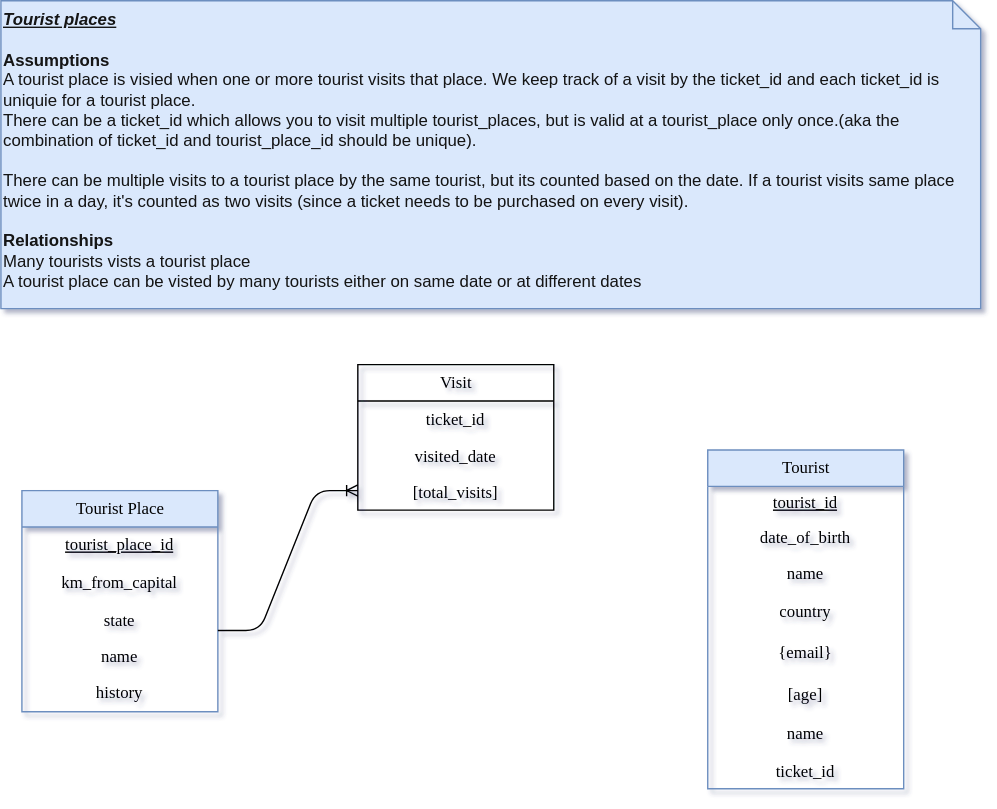
supriya-kotturu/entity-relationship-diagrams keeps this draw.io diagram as Tourism.drawio.svg. Above is the earlier version. Source tidied: cells renumbered, new cells last; positions are measured from the earlier drawing's top-left corner, leaving out a move shared by most shapes.
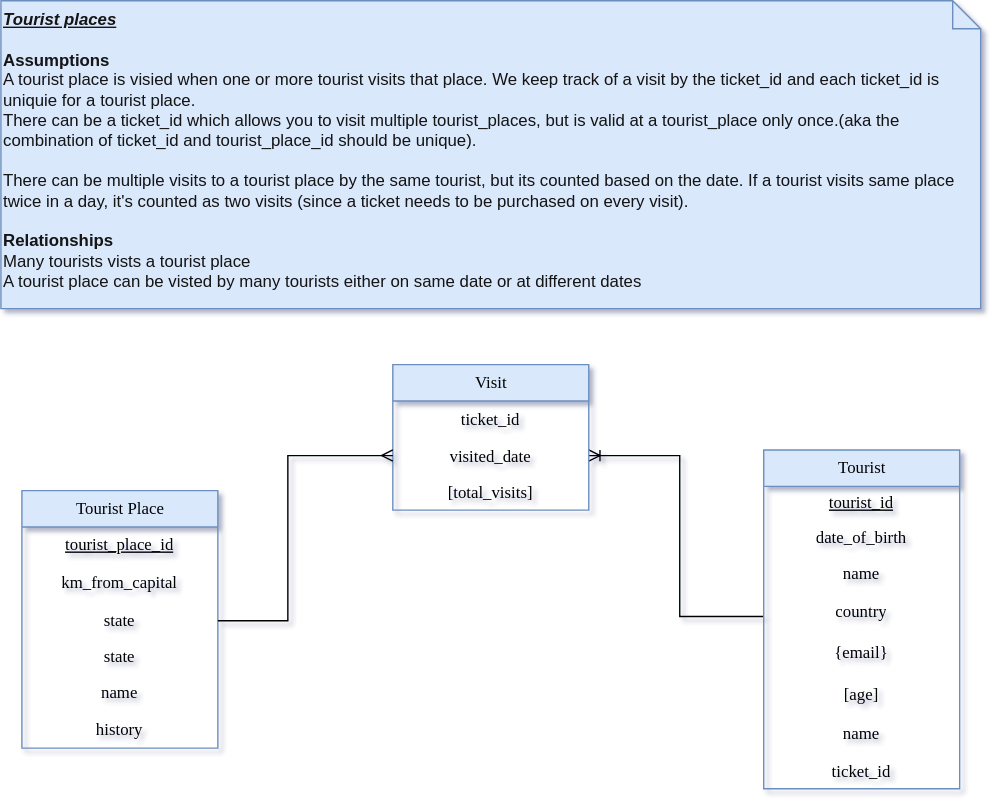
The same file after the commit.

Diff of the diagram source:
```diff
@@ -6,7 +6,7 @@
       <mxGeometry width="700" height="220" as="geometry" />
     </mxCell>
     <mxCell id="3" value="Tourist Place" style="swimlane;fontStyle=0;horizontal=1;startSize=26;fillColor=#dae8fc;html=1;labelBackgroundColor=none;fontFamily=Verdana;strokeColor=#6c8ebf;fontColor=#000000;" parent="1" vertex="1">
-      <mxGeometry x="15" y="350" width="140" height="158" as="geometry" />
+      <mxGeometry x="15" y="350" width="140" height="184" as="geometry" />
     </mxCell>
     <mxCell id="4" value="&lt;u&gt;tourist_place_id&lt;/u&gt;" style="text;strokeColor=none;fillColor=none;align=center;verticalAlign=middle;spacingLeft=4;spacingRight=4;overflow=hidden;whiteSpace=wrap;html=1;labelBackgroundColor=none;fontFamily=Verdana;fontColor=#000000;" parent="3" vertex="1">
       <mxGeometry y="26" width="140" height="26" as="geometry" />
@@ -17,14 +17,25 @@
     <mxCell id="6" value="state" style="text;strokeColor=none;fillColor=none;align=center;verticalAlign=middle;spacingLeft=4;spacingRight=4;overflow=hidden;points=[[0,0.5],[1,0.5]];portConstraint=eastwest;whiteSpace=wrap;html=1;labelBackgroundColor=none;fontFamily=Verdana;fontColor=#000000;" parent="3" vertex="1">
       <mxGeometry y="80" width="140" height="26" as="geometry" />
     </mxCell>
+    <mxCell id="23" value="state" style="text;strokeColor=none;fillColor=none;align=center;verticalAlign=middle;spacingLeft=4;spacingRight=4;overflow=hidden;whiteSpace=wrap;html=1;labelBackgroundColor=none;fontFamily=Verdana;fontColor=#000000;" parent="3" vertex="1">
+      <mxGeometry y="106" width="140" height="26" as="geometry" />
+    </mxCell>
     <mxCell id="7" value="name" style="text;strokeColor=none;fillColor=none;align=center;verticalAlign=middle;spacingLeft=4;spacingRight=4;overflow=hidden;whiteSpace=wrap;html=1;labelBackgroundColor=none;fontFamily=Verdana;fontColor=#000000;" parent="3" vertex="1">
-      <mxGeometry y="106" width="140" height="26" as="geometry" />
+      <mxGeometry y="132" width="140" height="26" as="geometry" />
     </mxCell>
     <mxCell id="8" value="history" style="text;strokeColor=none;fillColor=none;align=center;verticalAlign=middle;spacingLeft=4;spacingRight=4;overflow=hidden;whiteSpace=wrap;html=1;labelBackgroundColor=none;fontFamily=Verdana;fontColor=#000000;" parent="3" vertex="1">
-      <mxGeometry y="132" width="140" height="26" as="geometry" />
+      <mxGeometry y="158" width="140" height="26" as="geometry" />
     </mxCell>
+    <mxCell id="24" style="edgeStyle=orthogonalEdgeStyle;rounded=0;jettySize=auto;html=1;entryX=1;entryY=0.5;entryDx=0;entryDy=0;endArrow=ERoneToMany;endFill=0;" parent="1" edge="1" source="9" target="20">
+      <mxGeometry relative="1" as="geometry">
+        <Array as="points">
+          <mxPoint x="485" y="440" />
+          <mxPoint x="485" y="325" />
+        </Array>
+      </mxGeometry>
+    </mxCell>
     <mxCell id="9" value="Tourist" style="swimlane;fontStyle=0;horizontal=1;startSize=26;fillColor=#dae8fc;html=1;labelBackgroundColor=none;fontFamily=Verdana;strokeColor=#6c8ebf;fontColor=#000000;align=center;verticalAlign=middle;" parent="1" vertex="1">
-      <mxGeometry x="505" y="321" width="140" height="242" as="geometry" />
+      <mxGeometry x="545" y="321" width="140" height="242" as="geometry" />
     </mxCell>
     <mxCell id="10" value="&lt;u&gt;tourist_id&lt;/u&gt;" style="text;strokeColor=none;fillColor=none;align=center;verticalAlign=middle;spacingLeft=4;spacingRight=4;overflow=hidden;whiteSpace=wrap;html=1;labelBackgroundColor=none;fontFamily=Verdana;fontColor=#000000;" parent="9" vertex="1">
       <mxGeometry y="26" width="140" height="24" as="geometry" />
@@ -50,8 +61,8 @@
     <mxCell id="17" value="ticket_id" style="text;strokeColor=none;fillColor=none;align=center;verticalAlign=top;spacingLeft=4;spacingRight=4;overflow=hidden;whiteSpace=wrap;html=1;labelBackgroundColor=none;fontFamily=Verdana;fontColor=#000000;" parent="9" vertex="1">
       <mxGeometry y="216" width="140" height="26" as="geometry" />
     </mxCell>
-    <mxCell id="18" value="Visit" style="swimlane;fontStyle=0;horizontal=1;startSize=26;fillColor=none;html=1;labelBackgroundColor=none;fontFamily=Verdana;fontColor=#000000;" parent="1" vertex="1">
-      <mxGeometry x="255" y="260" width="140" height="104" as="geometry" />
+    <mxCell id="18" value="Visit" style="swimlane;fontStyle=0;horizontal=1;startSize=26;fillColor=#dae8fc;html=1;labelBackgroundColor=none;fontFamily=Verdana;strokeColor=#6c8ebf;" parent="1" vertex="1">
+      <mxGeometry x="280" y="260" width="140" height="104" as="geometry" />
     </mxCell>
     <mxCell id="19" value="ticket_id" style="text;strokeColor=none;fillColor=none;align=center;verticalAlign=top;spacingLeft=4;spacingRight=4;overflow=hidden;whiteSpace=wrap;html=1;labelBackgroundColor=none;fontFamily=Verdana;fontColor=#000000;" parent="18" vertex="1">
       <mxGeometry y="26" width="140" height="26" as="geometry" />
@@ -62,11 +73,13 @@
     <mxCell id="21" value="[total_visits]" style="text;strokeColor=none;fillColor=none;align=center;verticalAlign=top;spacingLeft=4;spacingRight=4;overflow=hidden;whiteSpace=wrap;html=1;labelBackgroundColor=none;fontFamily=Verdana;fontColor=#000000;" parent="18" vertex="1">
       <mxGeometry y="78" width="140" height="26" as="geometry" />
     </mxCell>
-    <mxCell id="22" style="edgeStyle=entityRelationEdgeStyle;fontSize=12;html=1;endArrow=ERoneToMany;fontFamily=Verdana;fontColor=#000000;" parent="1" edge="1">
-      <mxGeometry relative="1" as="geometry">
-        <mxPoint x="155" y="450" as="sourcePoint" />
-        <mxPoint x="255" y="350" as="targetPoint" />
-      </mxGeometry>
-    </mxCell>
+    <mxCell id="25" style="edgeStyle=orthogonalEdgeStyle;rounded=0;jettySize=auto;html=1;entryX=0;entryY=0.5;entryDx=0;entryDy=0;endArrow=ERmany;endFill=0;" parent="1" edge="1" source="6" target="20">
+      <mxGeometry relative="1" as="geometry">
+        <Array as="points">
+          <mxPoint x="205" y="443" />
+          <mxPoint x="205" y="325" />
+        </Array>
+      </mxGeometry>
+    </mxCell>
   </root>
 </mxGraphModel>
```
